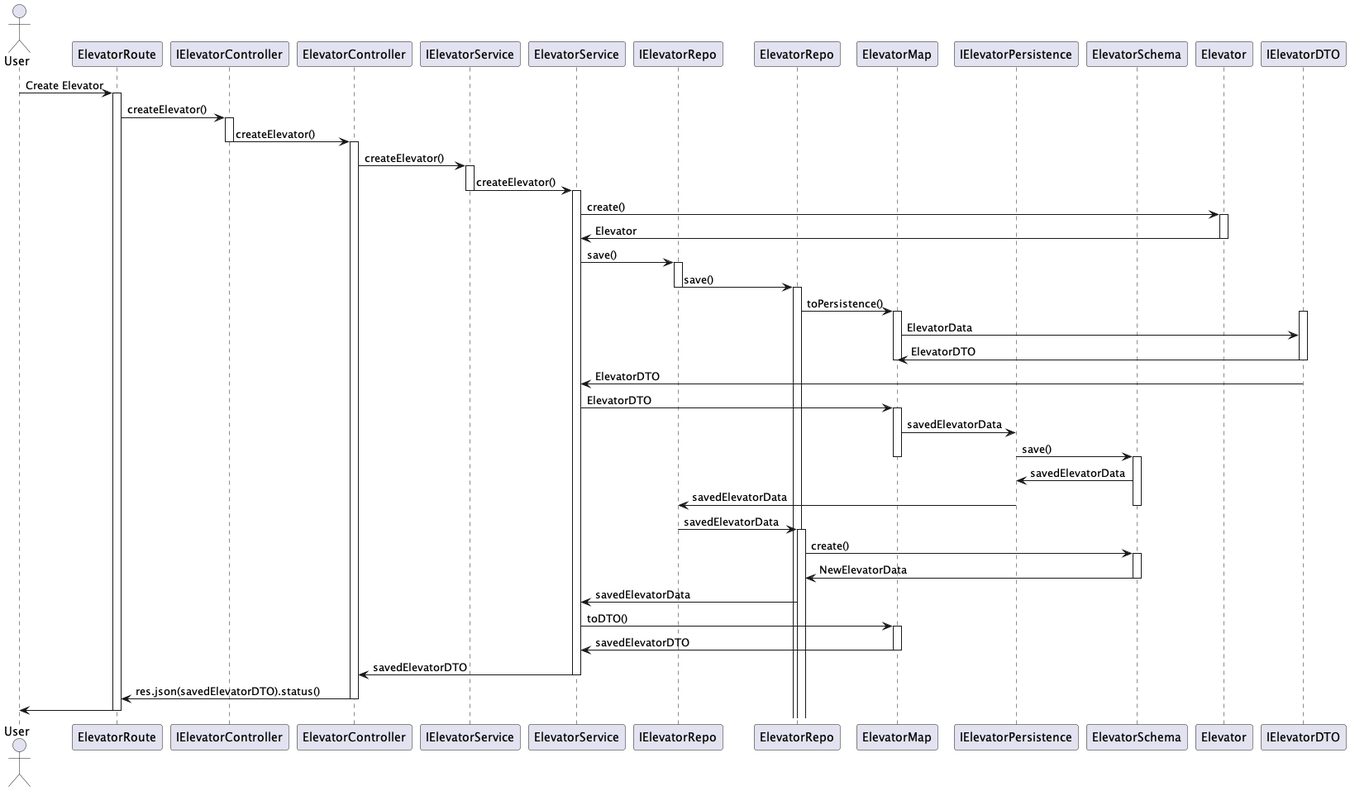
Earlier version of the PlantUML export docs/1210818/US270/CriarElevadorSD.png (ManuelS2610/sem5pi2324). Its diagram source:
```plantuml
@startuml
!define ACTOR class

actor User

participant ElevatorRoute
participant IElevatorController
participant ElevatorController
participant IElevatorService
participant ElevatorService
participant IElevatorRepo
participant ElevatorRepo
participant ElevatorMap
participant IElevatorPersistence
participant ElevatorSchema
participant Elevator
participant IElevatorDTO

User -> ElevatorRoute: Create Elevator
activate ElevatorRoute
ElevatorRoute -> IElevatorController : createElevator()
activate IElevatorController
IElevatorController -> ElevatorController : createElevator()
deactivate IElevatorController
activate ElevatorController
ElevatorController -> IElevatorService : createElevator()
activate IElevatorService
IElevatorService -> ElevatorService : createElevator()
deactivate IElevatorService
activate ElevatorService
ElevatorService -> Elevator : create()
activate Elevator
Elevator -> ElevatorService : Elevator
deactivate Elevator
ElevatorService -> IElevatorRepo: save()
activate IElevatorRepo
IElevatorRepo -> ElevatorRepo : save()
deactivate IElevatorRepo
activate ElevatorRepo
ElevatorRepo -> ElevatorMap : toPersistence()
activate ElevatorMap
activate IElevatorDTO
ElevatorMap -> IElevatorDTO : ElevatorData
IElevatorDTO -> ElevatorMap : ElevatorDTO
deactivate IElevatorDTO
deactivate ElevatorMap
IElevatorDTO -> ElevatorService : ElevatorDTO
ElevatorService -> ElevatorMap : ElevatorDTO
activate ElevatorMap
ElevatorMap -> IElevatorPersistence : savedElevatorData
IElevatorPersistence -> ElevatorSchema : save()
deactivate ElevatorMap
activate ElevatorSchema
ElevatorSchema -> IElevatorPersistence : savedElevatorData
IElevatorPersistence -> IElevatorRepo : savedElevatorData
deactivate ElevatorSchema
IElevatorRepo -> ElevatorRepo : savedElevatorData
deactivate IElevatorRepo
activate ElevatorRepo
ElevatorRepo -> ElevatorSchema: create()
activate ElevatorSchema
ElevatorSchema -> ElevatorRepo : NewElevatorData
deactivate ElevatorSchema
ElevatorRepo -> ElevatorService: savedElevatorData
ElevatorService -> ElevatorMap : toDTO()
activate ElevatorMap
ElevatorMap -> ElevatorService : savedElevatorDTO
deactivate ElevatorMap
ElevatorService -> ElevatorController : savedElevatorDTO
deactivate ElevatorService
ElevatorController -> ElevatorRoute : res.json(savedElevatorDTO).status()
deactivate ElevatorController
ElevatorRoute -> User
deactivate ElevatorRoute
@enduml
```
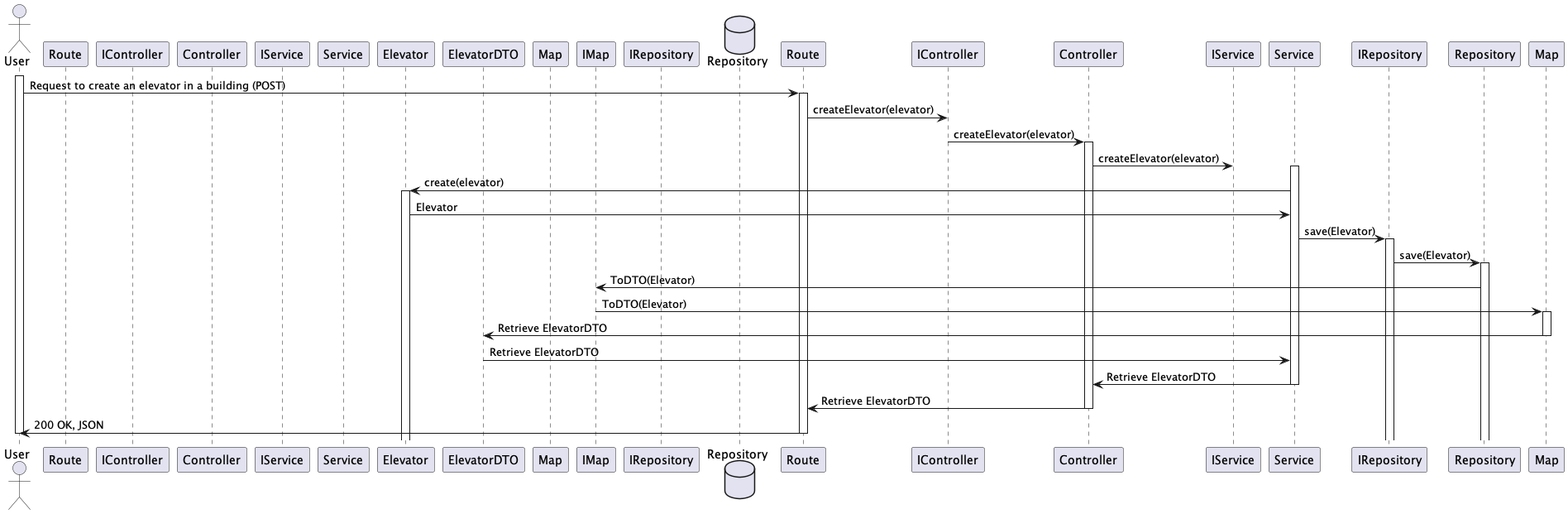
The same file after the commit.

The edit, as a diff of the source:
```diff
@@ -2,74 +2,45 @@
 !define ACTOR class
 
 actor User
+participant ElevatorRoute as "Route"
+participant IElevatorController as "IController"
+participant ElevatorController as "Controller"
+participant IElevatorService as "IService"
+participant ElevatorService as "Service"
+participant Elevator as "Elevator"
+participant IElevatorDTO as "ElevatorDTO"
+participant ElevatorMap as "Map"
+participant IElevatorMap as "IMap"
+participant IElevatorRepo as "IRepository"
+database ElevatorRepo as "Repository"
 
-participant ElevatorRoute
-participant IElevatorController
-participant ElevatorController
-participant IElevatorService
-participant ElevatorService
-participant IElevatorRepo
-participant ElevatorRepo
-participant ElevatorMap
-participant IElevatorPersistence
-participant ElevatorSchema
-participant Elevator
-participant IElevatorDTO
-
-User -> ElevatorRoute: Create Elevator
-activate ElevatorRoute
-ElevatorRoute -> IElevatorController : createElevator()
-activate IElevatorController
-IElevatorController -> ElevatorController : createElevator()
-deactivate IElevatorController
-activate ElevatorController
-ElevatorController -> IElevatorService : createElevator()
-activate IElevatorService
-IElevatorService -> ElevatorService : createElevator()
-deactivate IElevatorService
-activate ElevatorService
-ElevatorService -> Elevator : create()
+activate User
+User -> Route : Request to create an elevator in a building (POST)
+activate Route
+Route -> IController : createElevator(elevator)
+IController -> Controller : createElevator(elevator)
+activate Controller
+Controller -> IService : createElevator(elevator)
+activate Service
+Service -> Elevator : create(elevator)
 activate Elevator
-Elevator -> ElevatorService : Elevator
-deactivate Elevator
-ElevatorService -> IElevatorRepo: save()
-activate IElevatorRepo
-IElevatorRepo -> ElevatorRepo : save()
-deactivate IElevatorRepo
-activate ElevatorRepo
-ElevatorRepo -> ElevatorMap : toPersistence()
-activate ElevatorMap
-activate IElevatorDTO
-ElevatorMap -> IElevatorDTO : ElevatorData
-IElevatorDTO -> ElevatorMap : ElevatorDTO
+Elevator -> Service : Elevator
+Service -> IRepository : save(Elevator)
+activate IRepository
+IRepository -> Repository : save(Elevator)
+activate Repository
+Repository -> IElevatorMap : ToDTO(Elevator)
+IElevatorMap -> Map : ToDTO(Elevator)
+activate Map
+Map -> IElevatorDTO : Retrieve ElevatorDTO
+deactivate Map
+IElevatorDTO -> Service : Retrieve ElevatorDTO
 deactivate IElevatorDTO
-deactivate ElevatorMap
-IElevatorDTO -> ElevatorService : ElevatorDTO
-ElevatorService -> ElevatorMap : ElevatorDTO
-activate ElevatorMap
-ElevatorMap -> IElevatorPersistence : savedElevatorData
-IElevatorPersistence -> ElevatorSchema : save()
-deactivate ElevatorMap
-activate ElevatorSchema
-ElevatorSchema -> IElevatorPersistence : savedElevatorData
-IElevatorPersistence -> IElevatorRepo : savedElevatorData
-deactivate ElevatorSchema
-IElevatorRepo -> ElevatorRepo : savedElevatorData
-deactivate IElevatorRepo
-activate ElevatorRepo
-ElevatorRepo -> ElevatorSchema: create()
-activate ElevatorSchema
-ElevatorSchema -> ElevatorRepo : NewElevatorData
-deactivate ElevatorSchema
-ElevatorRepo -> ElevatorService: savedElevatorData
-ElevatorService -> ElevatorMap : toDTO()
-activate ElevatorMap
-ElevatorMap -> ElevatorService : savedElevatorDTO
-deactivate ElevatorMap
-ElevatorService -> ElevatorController : savedElevatorDTO
-deactivate ElevatorService
-ElevatorController -> ElevatorRoute : res.json(savedElevatorDTO).status()
-deactivate ElevatorController
-ElevatorRoute -> User
-deactivate ElevatorRoute
+Service -> Controller : Retrieve ElevatorDTO
+deactivate Service
+Controller -> Route : Retrieve ElevatorDTO
+deactivate Controller
+Route -> User : 200 OK, JSON
+deactivate Route
+deactivate User
 @enduml
```
